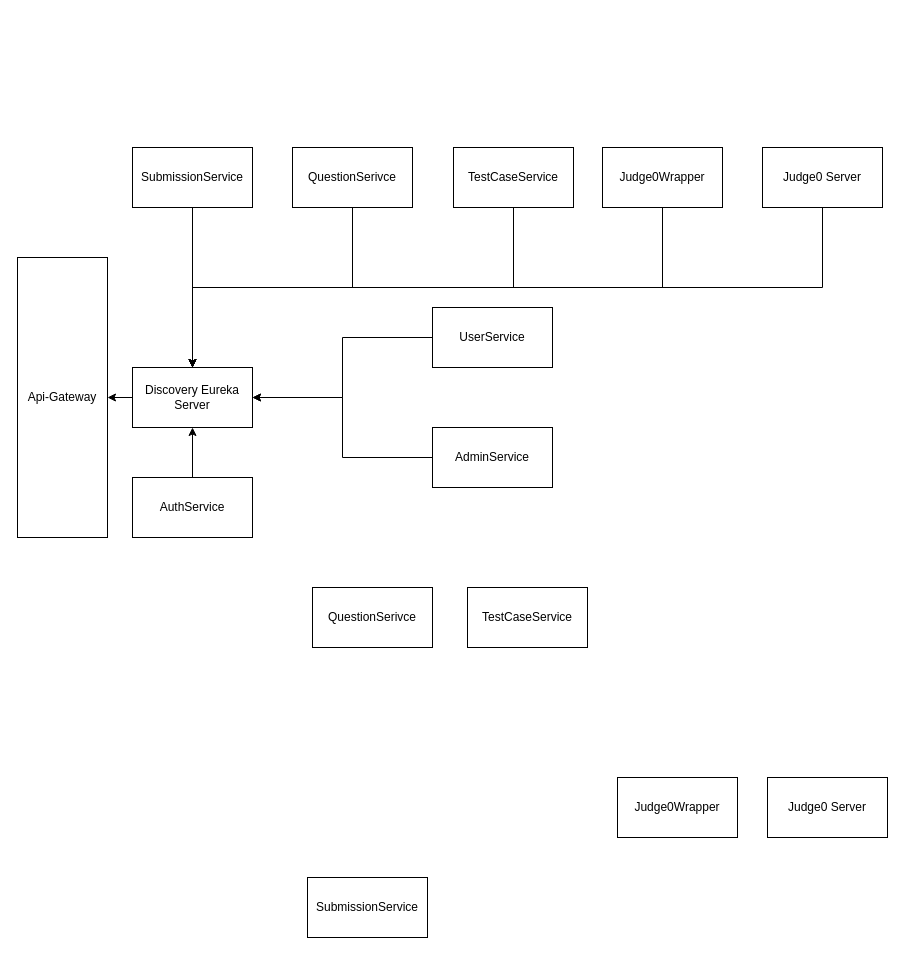
This is Backend/Arechetecture.drawio from shrihari7396/Anti_Plagarism_Interface, a draw.io file, before an edit. Source tidied: cells renumbered, new cells numbered last; positions are measured from the earlier drawing's top-left corner, leaving out a move shared by most shapes. Both pictures are drawn from the tidied source at 100%, with x=0, y=0 at pixel (17, 147).
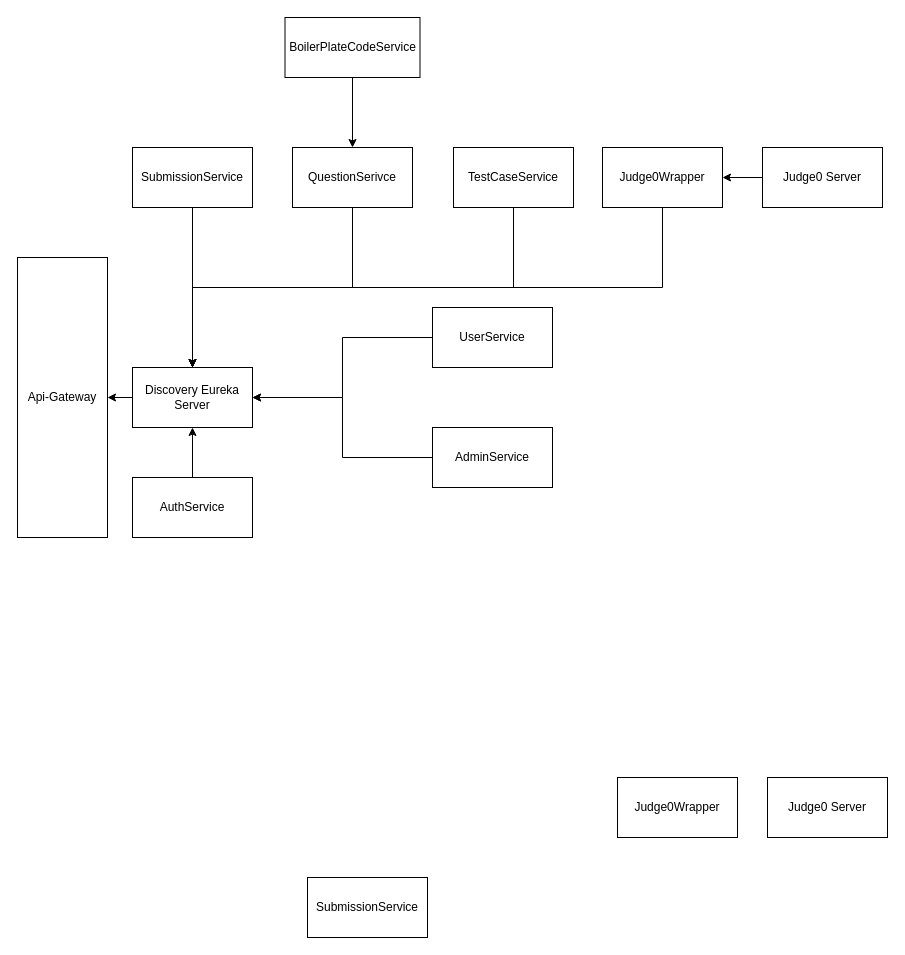
The same diagram, later.

The change refers to these unchanged cells:
```xml
<mxCell id="4" value="Discovery Eureka Server" style="rounded=0;whiteSpace=wrap;html=1;" parent="1" vertex="1">
  <mxGeometry x="115" y="220" width="120" height="60" as="geometry" />
</mxCell>
<mxCell id="12" value="QuestionSerivce" style="rounded=0;whiteSpace=wrap;html=1;" parent="1" vertex="1">
  <mxGeometry x="275" width="120" height="60" as="geometry" />
</mxCell>
<mxCell id="16" value="Judge0Wrapper" style="rounded=0;whiteSpace=wrap;html=1;" parent="1" vertex="1">
  <mxGeometry x="585" width="120" height="60" as="geometry" />
</mxCell>
<mxCell id="18" value="Judge0 Server" style="rounded=0;whiteSpace=wrap;html=1;" parent="1" vertex="1">
  <mxGeometry x="745" width="120" height="60" as="geometry" />
</mxCell>
```

The edit, as a diff of the source:
```diff
@@
-    <mxCell id="17" style="edgeStyle=orthogonalEdgeStyle;rounded=0;jettySize=auto;html=1;exitX=0.5;exitY=1;exitDx=0;exitDy=0;entryX=0.5;entryY=0;entryDx=0;entryDy=0;" parent="1" edge="1" source="18" target="4">
-      <mxGeometry relative="1" as="geometry" />
-    </mxCell>
+    <mxCell id="26" style="edgeStyle=orthogonalEdgeStyle;rounded=0;jettySize=auto;html=1;" parent="1" edge="1" source="18" target="16">
+      <mxGeometry relative="1" as="geometry" />
+    </mxCell>
@@
+    <mxCell id="27" style="edgeStyle=orthogonalEdgeStyle;rounded=0;jettySize=auto;html=1;" parent="1" edge="1" source="22" target="12">
+      <mxGeometry relative="1" as="geometry" />
+    </mxCell>
-    <mxCell id="22" value="TestCaseService" style="rounded=0;whiteSpace=wrap;html=1;" parent="1" vertex="1">
-      <mxGeometry x="450" y="440" width="120" height="60" as="geometry" />
+    <mxCell id="22" value="BoilerPlateCodeService" style="rounded=0;whiteSpace=wrap;html=1;" parent="1" vertex="1">
+      <mxGeometry x="267.5" y="-130" width="135" height="60" as="geometry" />
     </mxCell>
-    <mxCell id="23" value="QuestionSerivce" style="rounded=0;whiteSpace=wrap;html=1;" parent="1" vertex="1">
-      <mxGeometry x="295" y="440" width="120" height="60" as="geometry" />
-    </mxCell>
```
